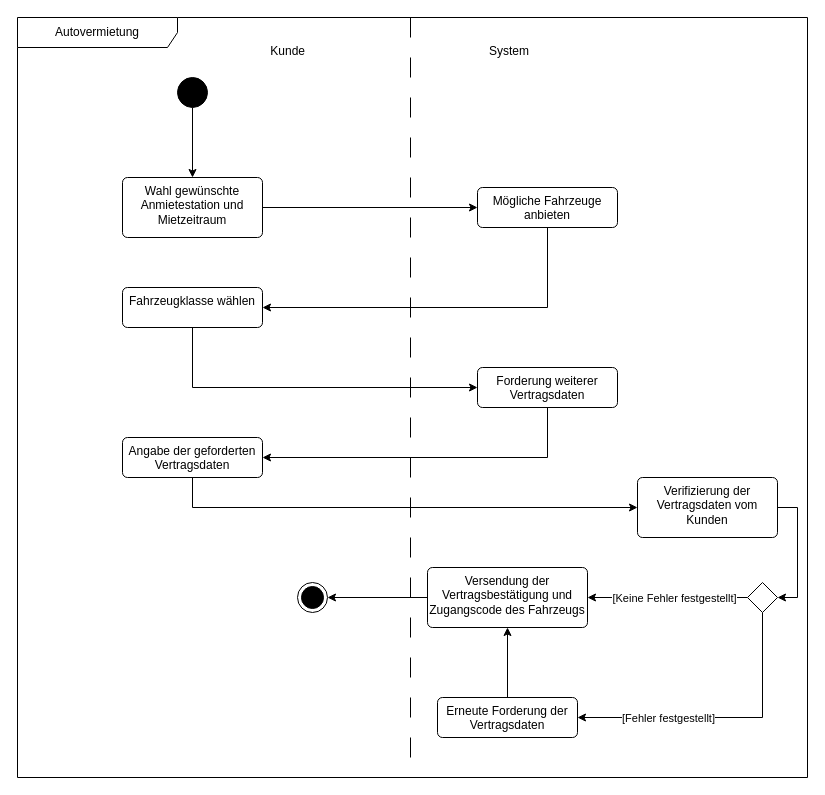
Earlier version of the draw.io diagram Autovermietung.drawio (Zynd4x/Draw.io-). Source tidied: cells renumbered, new cells numbered last; positions are measured from the earlier drawing's top-left corner, leaving out a move shared by most shapes. Both pictures are drawn from the tidied source at 100%, with x=0, y=0 at pixel (17, 17).
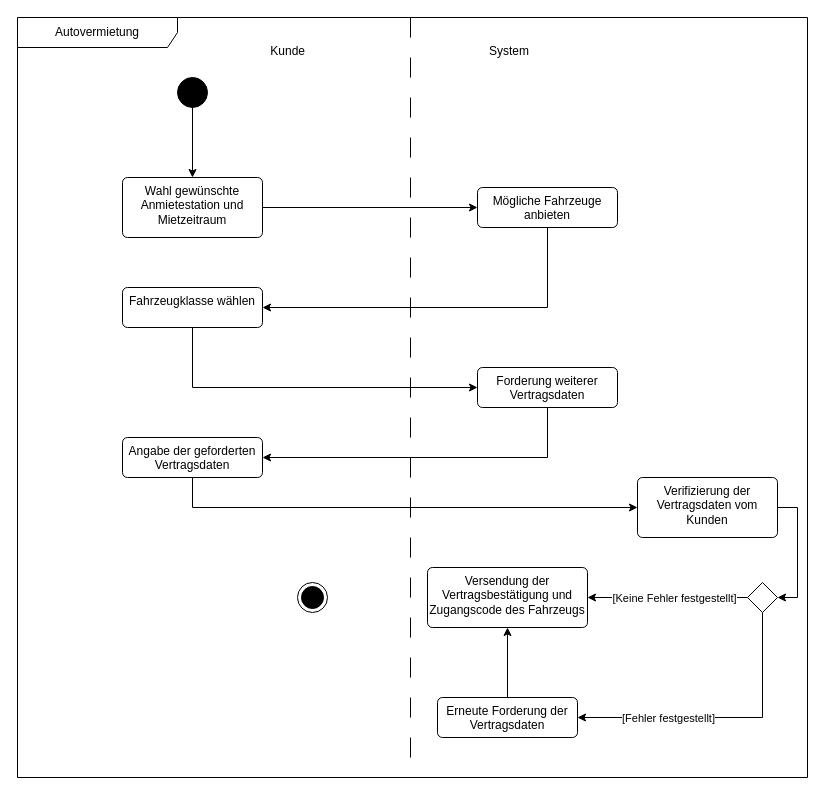
The same diagram, later.

Unchanged cells that the change refers to:
```xml
<mxCell id="2" value="Autovermietung" style="shape=umlFrame;whiteSpace=wrap;html=1;width=160;" parent="1" vertex="1">
  <mxGeometry width="790" height="760" as="geometry" />
</mxCell>
<mxCell id="21" value="Versendung der Vertragsbestätigung und Zugangscode des Fahrzeugs" style="html=1;align=center;verticalAlign=top;rounded=1;absoluteArcSize=1;arcSize=10;dashed=0;whiteSpace=wrap;" parent="2" vertex="1">
  <mxGeometry x="410" y="550" width="160" height="60" as="geometry" />
</mxCell>
<mxCell id="29" style="ellipse;html=1;shape=endState;fillColor=strokeColor;" parent="2" vertex="1">
  <mxGeometry x="280" y="565" width="30" height="30" as="geometry" />
</mxCell>
```

Diff of the diagram source:
```diff
@@
-    <mxCell id="20" style="edgeStyle=orthogonalEdgeStyle;rounded=0;jettySize=auto;html=1;exitX=0;exitY=0.5;exitDx=0;exitDy=0;entryX=1;entryY=0.5;entryDx=0;entryDy=0;" parent="2" edge="1" source="21" target="29">
-      <mxGeometry relative="1" as="geometry" />
-    </mxCell>
```
